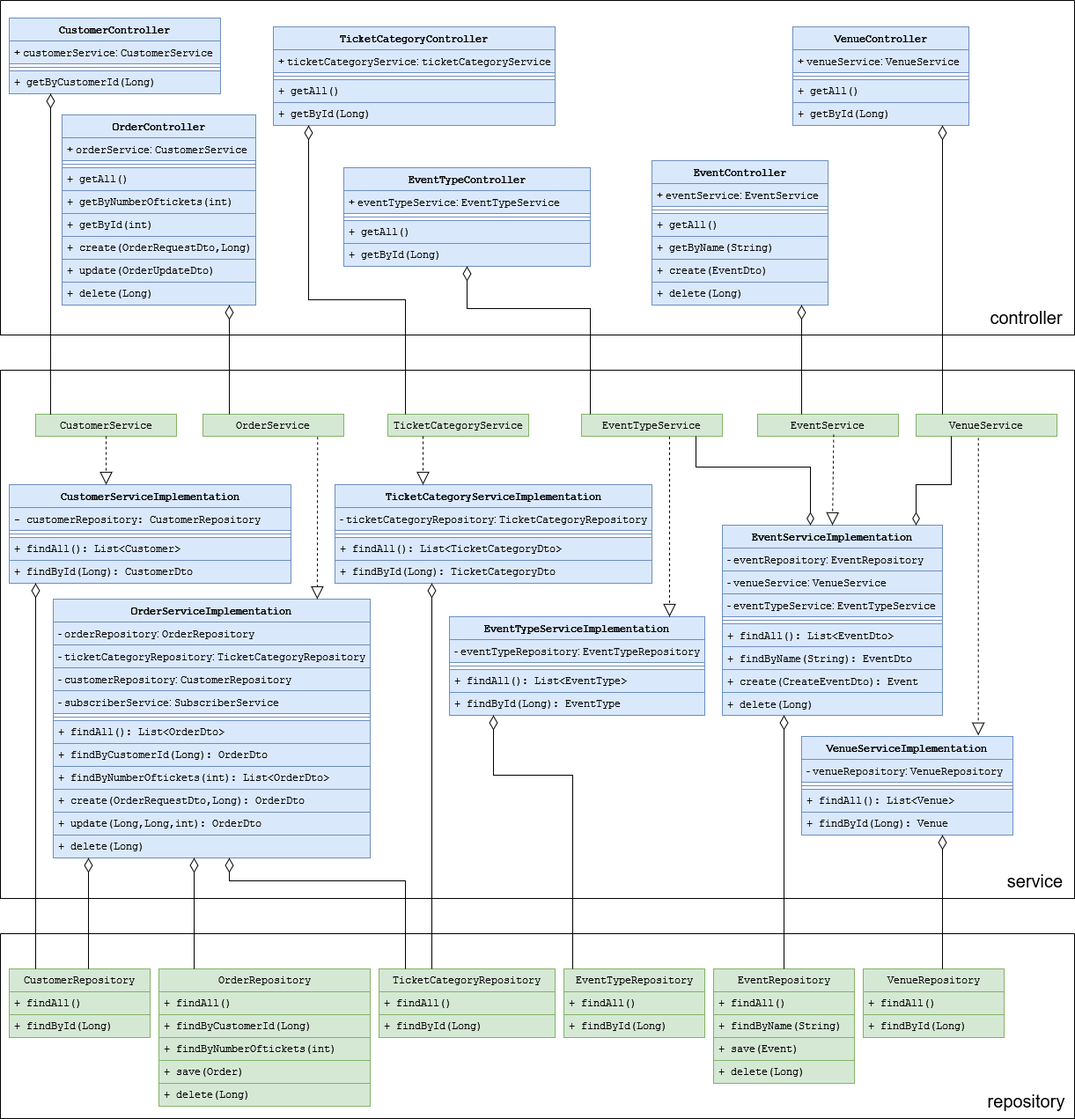
Earlier version of the draw.io export TicketManagementUML.drawio.png (MateiPop12/PS). Source tidied: cells renumbered, new cells last; positions are measured from the earlier drawing's top-left corner, leaving out a move shared by most shapes.
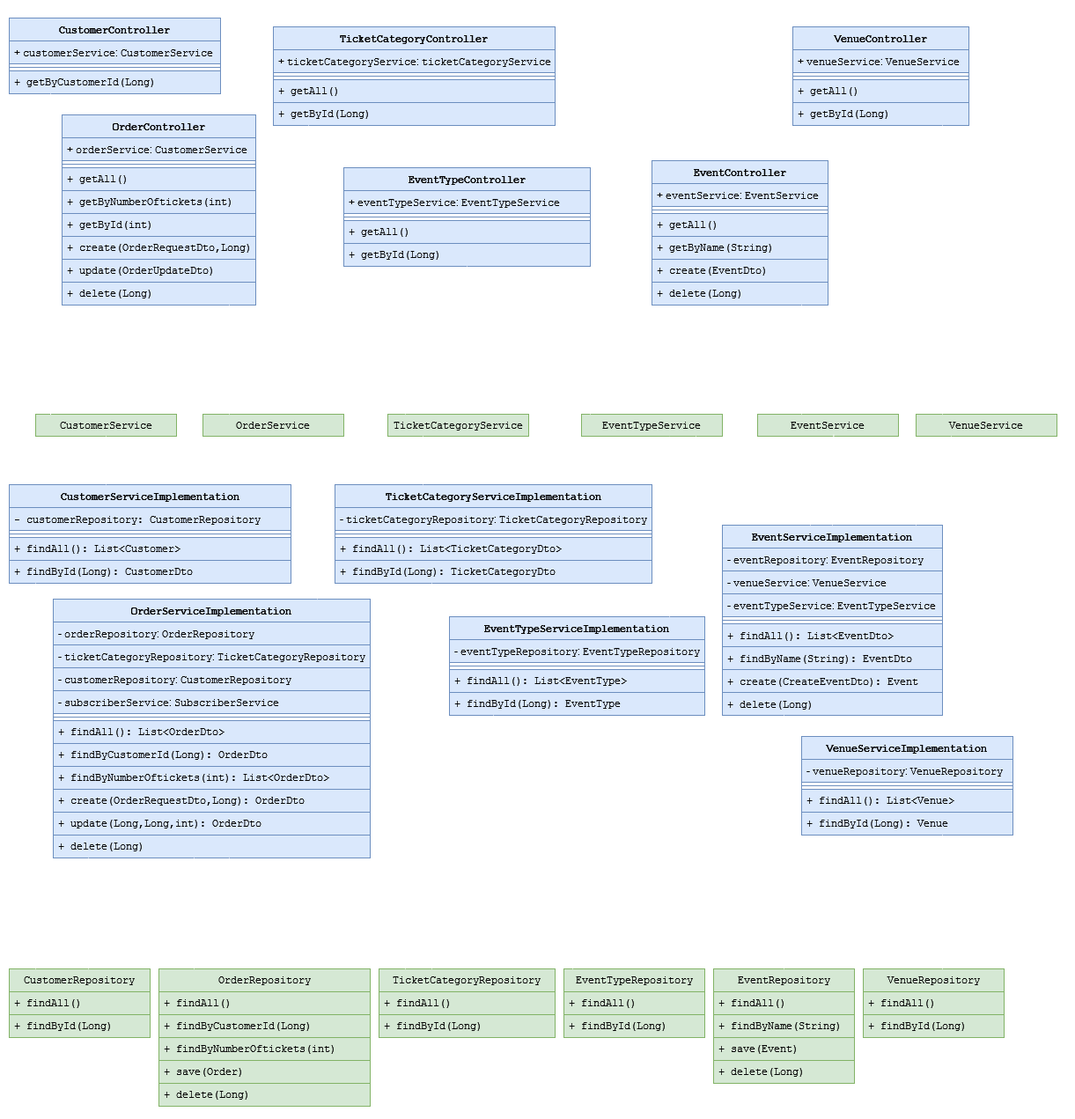
After the commit.

Commit message:
Added use case diagram

Change to the diagram source:
```diff
@@ -2,7 +2,7 @@
   <root>
     <mxCell id="0" />
     <mxCell id="1" parent="0" />
-    <mxCell id="2" style="swimlane;startSize=0;" parent="1" vertex="1">
+    <mxCell id="2" style="swimlane;startSize=0;fontColor=#ffffff;strokeColor=#ffffff;" parent="1" vertex="1">
       <mxGeometry y="1060" width="1220" height="210" as="geometry" />
     </mxCell>
     <mxCell id="3" value="&lt;font face=&quot;Courier New&quot;&gt;VenueRepository&lt;/font&gt;" style="swimlane;fontStyle=0;horizontal=1;startSize=26;fillColor=#d5e8d4;whiteSpace=wrap;html=1;strokeColor=#82b366;" parent="2" vertex="1">
@@ -74,10 +74,10 @@
     <mxCell id="25" value="+ findById(Long)" style="text;strokeColor=#82b366;fillColor=#d5e8d4;align=left;verticalAlign=top;spacingLeft=4;spacingRight=4;overflow=hidden;whiteSpace=wrap;html=1;fontFamily=Courier New;" parent="23" vertex="1">
       <mxGeometry y="52" width="160" height="26" as="geometry" />
     </mxCell>
-    <mxCell id="26" value="repository" style="text;html=1;align=center;verticalAlign=middle;strokeColor=none;fillColor=none;fontSize=20;" parent="2" vertex="1">
+    <mxCell id="26" value="repository" style="text;html=1;align=center;verticalAlign=middle;strokeColor=none;fillColor=none;fontSize=20;fontColor=#ffffff;" parent="2" vertex="1">
       <mxGeometry x="1110" y="170" width="110" height="40" as="geometry" />
     </mxCell>
-    <mxCell id="27" style="swimlane;startSize=0;" parent="1" vertex="1">
+    <mxCell id="27" style="swimlane;startSize=0;fontColor=#ffffff;strokeColor=#ffffff;" parent="1" vertex="1">
       <mxGeometry y="420" width="1220" height="600" as="geometry" />
     </mxCell>
     <mxCell id="28" value="&lt;font face=&quot;Courier New&quot;&gt;CustomerServiceImplementation&lt;/font&gt;" style="swimlane;fontStyle=1;align=center;verticalAlign=top;horizontal=1;startSize=26;whiteSpace=wrap;html=1;fillColor=#dae8fc;strokeColor=#6c8ebf;" parent="27" vertex="1">
@@ -221,7 +221,7 @@
     <mxCell id="74" value="&lt;div&gt;&lt;font face=&quot;Courier New&quot;&gt;TicketCategoryService&lt;/font&gt;&lt;/div&gt;" style="html=1;whiteSpace=wrap;fillColor=#d5e8d4;strokeColor=#82b366;" parent="27" vertex="1">
       <mxGeometry x="440" y="50" width="160" height="25" as="geometry" />
     </mxCell>
-    <mxCell id="75" style="endArrow=diamondThin;html=1;endSize=12;startArrow=none;startSize=14;startFill=0;edgeStyle=orthogonalEdgeStyle;align=left;verticalAlign=bottom;rounded=0;endFill=0;" parent="27" edge="1" source="73" target="60">
+    <mxCell id="75" style="endArrow=diamondThin;html=1;endSize=12;startArrow=none;startSize=14;startFill=0;edgeStyle=orthogonalEdgeStyle;align=left;verticalAlign=bottom;rounded=0;endFill=0;strokeColor=#ffffff;" parent="27" edge="1" source="73" target="60">
       <mxGeometry x="-1" y="3" relative="1" as="geometry">
         <Array as="points">
           <mxPoint x="790" y="110" />
@@ -229,20 +229,20 @@
         </Array>
       </mxGeometry>
     </mxCell>
-    <mxCell id="76" style="endArrow=block;dashed=1;endFill=0;endSize=12;html=1;rounded=0;exitX=0.5;exitY=1;exitDx=0;exitDy=0;entryX=0.344;entryY=0;entryDx=0;entryDy=0;entryPerimeter=0;" parent="27" edge="1" source="69" target="28">
+    <mxCell id="76" style="endArrow=block;dashed=1;endFill=0;endSize=12;html=1;rounded=0;exitX=0.5;exitY=1;exitDx=0;exitDy=0;entryX=0.344;entryY=0;entryDx=0;entryDy=0;entryPerimeter=0;strokeColor=#ffffff;" parent="27" edge="1" source="69" target="28">
       <mxGeometry relative="1" as="geometry" />
     </mxCell>
-    <mxCell id="77" style="endArrow=block;dashed=1;endFill=0;endSize=12;html=1;rounded=0;exitX=0.625;exitY=1.013;exitDx=0;exitDy=0;exitPerimeter=0;" parent="27" edge="1" source="73">
+    <mxCell id="77" style="endArrow=block;dashed=1;endFill=0;endSize=12;html=1;rounded=0;exitX=0.625;exitY=1.013;exitDx=0;exitDy=0;exitPerimeter=0;strokeColor=#ffffff;" parent="27" edge="1" source="73">
       <mxGeometry relative="1" as="geometry">
         <mxPoint x="760" y="280" as="targetPoint" />
       </mxGeometry>
     </mxCell>
-    <mxCell id="78" style="endArrow=block;dashed=1;endFill=0;endSize=12;html=1;rounded=0;exitX=0.25;exitY=1;exitDx=0;exitDy=0;" parent="27" edge="1" source="74">
+    <mxCell id="78" style="endArrow=block;dashed=1;endFill=0;endSize=12;html=1;rounded=0;exitX=0.25;exitY=1;exitDx=0;exitDy=0;strokeColor=#ffffff;" parent="27" edge="1" source="74">
       <mxGeometry relative="1" as="geometry">
         <mxPoint x="480" y="130" as="targetPoint" />
       </mxGeometry>
     </mxCell>
-    <mxCell id="79" style="endArrow=diamondThin;html=1;endSize=12;startArrow=none;startSize=14;startFill=0;edgeStyle=orthogonalEdgeStyle;align=left;verticalAlign=bottom;rounded=0;endFill=0;exitX=0.25;exitY=1;exitDx=0;exitDy=0;" parent="27" edge="1" source="72" target="60">
+    <mxCell id="79" style="endArrow=diamondThin;html=1;endSize=12;startArrow=none;startSize=14;startFill=0;edgeStyle=orthogonalEdgeStyle;align=left;verticalAlign=bottom;rounded=0;endFill=0;exitX=0.25;exitY=1;exitDx=0;exitDy=0;strokeColor=#ffffff;" parent="27" edge="1" source="72" target="60">
       <mxGeometry x="-1" y="3" relative="1" as="geometry">
         <Array as="points">
           <mxPoint x="1080" y="130" />
@@ -250,10 +250,10 @@
         </Array>
       </mxGeometry>
     </mxCell>
-    <mxCell id="80" value="service" style="text;html=1;align=center;verticalAlign=middle;strokeColor=none;fillColor=none;fontSize=20;" parent="27" vertex="1">
+    <mxCell id="80" value="service" style="text;html=1;align=center;verticalAlign=middle;strokeColor=none;fillColor=none;fontSize=20;fontColor=#ffffff;" parent="27" vertex="1">
       <mxGeometry x="1130" y="560" width="90" height="40" as="geometry" />
     </mxCell>
-    <mxCell id="81" style="endArrow=none;html=1;endSize=12;startArrow=diamondThin;startSize=14;startFill=0;edgeStyle=orthogonalEdgeStyle;align=left;verticalAlign=bottom;rounded=0;entryX=0.5;entryY=0;entryDx=0;entryDy=0;endFill=0;" parent="27" edge="1">
+    <mxCell id="81" style="endArrow=none;html=1;endSize=12;startArrow=diamondThin;startSize=14;startFill=0;edgeStyle=orthogonalEdgeStyle;align=left;verticalAlign=bottom;rounded=0;entryX=0.5;entryY=0;entryDx=0;entryDy=0;endFill=0;strokeColor=#ffffff;" parent="27" edge="1">
       <mxGeometry x="-1" y="3" relative="1" as="geometry">
         <mxPoint x="40" y="242" as="sourcePoint" />
         <mxPoint x="40" y="680" as="targetPoint" />
@@ -263,7 +263,7 @@
         </Array>
       </mxGeometry>
     </mxCell>
-    <mxCell id="82" style="endArrow=none;html=1;endSize=12;startArrow=diamondThin;startSize=14;startFill=0;edgeStyle=orthogonalEdgeStyle;align=left;verticalAlign=bottom;rounded=0;endFill=0;" parent="27" edge="1" source="33" target="12">
+    <mxCell id="82" style="endArrow=none;html=1;endSize=12;startArrow=diamondThin;startSize=14;startFill=0;edgeStyle=orthogonalEdgeStyle;align=left;verticalAlign=bottom;rounded=0;endFill=0;strokeColor=#ffffff;" parent="27" edge="1" source="33" target="12">
       <mxGeometry x="-1" y="3" relative="1" as="geometry">
         <Array as="points">
           <mxPoint x="260" y="580" />
@@ -271,16 +271,16 @@
         </Array>
       </mxGeometry>
     </mxCell>
-    <mxCell id="83" style="endArrow=block;dashed=1;endFill=0;endSize=12;html=1;rounded=0;entryX=0.833;entryY=0;entryDx=0;entryDy=0;entryPerimeter=0;exitX=0.814;exitY=1.026;exitDx=0;exitDy=0;exitPerimeter=0;" parent="27" edge="1" source="70" target="33">
+    <mxCell id="83" style="endArrow=block;dashed=1;endFill=0;endSize=12;html=1;rounded=0;entryX=0.833;entryY=0;entryDx=0;entryDy=0;entryPerimeter=0;exitX=0.814;exitY=1.026;exitDx=0;exitDy=0;exitPerimeter=0;strokeColor=#ffffff;" parent="27" edge="1" source="70" target="33">
       <mxGeometry relative="1" as="geometry" />
     </mxCell>
-    <mxCell id="84" style="endArrow=block;dashed=1;endFill=0;endSize=12;html=1;rounded=0;entryX=0.5;entryY=0;entryDx=0;entryDy=0;exitX=0.54;exitY=0.92;exitDx=0;exitDy=0;exitPerimeter=0;" parent="27" edge="1" source="71" target="60">
+    <mxCell id="84" style="endArrow=block;dashed=1;endFill=0;endSize=12;html=1;rounded=0;entryX=0.5;entryY=0;entryDx=0;entryDy=0;exitX=0.54;exitY=0.92;exitDx=0;exitDy=0;exitPerimeter=0;strokeColor=#ffffff;" parent="27" edge="1" source="71" target="60">
       <mxGeometry relative="1" as="geometry" />
     </mxCell>
-    <mxCell id="85" style="endArrow=block;dashed=1;endFill=0;endSize=12;html=1;rounded=0;exitX=0.442;exitY=1.069;exitDx=0;exitDy=0;entryX=0.836;entryY=-0.011;entryDx=0;entryDy=0;entryPerimeter=0;exitPerimeter=0;" parent="27" edge="1" source="72" target="45">
+    <mxCell id="85" style="endArrow=block;dashed=1;endFill=0;endSize=12;html=1;rounded=0;exitX=0.442;exitY=1.069;exitDx=0;exitDy=0;entryX=0.836;entryY=-0.011;entryDx=0;entryDy=0;entryPerimeter=0;exitPerimeter=0;strokeColor=#ffffff;" parent="27" edge="1" source="72" target="45">
       <mxGeometry relative="1" as="geometry" />
     </mxCell>
-    <mxCell id="86" style="endArrow=none;html=1;endSize=12;startArrow=diamondThin;startSize=14;startFill=0;edgeStyle=orthogonalEdgeStyle;align=left;verticalAlign=bottom;rounded=0;endFill=0;" parent="1" edge="1" source="33" target="23">
+    <mxCell id="86" style="endArrow=none;html=1;endSize=12;startArrow=diamondThin;startSize=14;startFill=0;edgeStyle=orthogonalEdgeStyle;align=left;verticalAlign=bottom;rounded=0;endFill=0;strokeColor=#ffffff;" parent="1" edge="1" source="33" target="23">
       <mxGeometry x="-1" y="3" relative="1" as="geometry">
         <Array as="points">
           <mxPoint x="100" y="1020" />
@@ -288,7 +288,7 @@
         </Array>
       </mxGeometry>
     </mxCell>
-    <mxCell id="87" style="endArrow=none;html=1;endSize=12;startArrow=diamondThin;startSize=14;startFill=0;edgeStyle=orthogonalEdgeStyle;align=left;verticalAlign=bottom;rounded=0;endFill=0;" parent="1" edge="1" source="33" target="6">
+    <mxCell id="87" style="endArrow=none;html=1;endSize=12;startArrow=diamondThin;startSize=14;startFill=0;edgeStyle=orthogonalEdgeStyle;align=left;verticalAlign=bottom;rounded=0;endFill=0;strokeColor=#ffffff;" parent="1" edge="1" source="33" target="6">
       <mxGeometry x="-1" y="3" relative="1" as="geometry">
         <Array as="points">
           <mxPoint x="220" y="1030" />
@@ -296,7 +296,7 @@
         </Array>
       </mxGeometry>
     </mxCell>
-    <mxCell id="88" style="endArrow=none;html=1;endSize=12;startArrow=diamondThin;startSize=14;startFill=0;edgeStyle=orthogonalEdgeStyle;align=left;verticalAlign=bottom;rounded=0;endFill=0;" parent="1" edge="1" source="50" target="12">
+    <mxCell id="88" style="endArrow=none;html=1;endSize=12;startArrow=diamondThin;startSize=14;startFill=0;edgeStyle=orthogonalEdgeStyle;align=left;verticalAlign=bottom;rounded=0;endFill=0;strokeColor=#ffffff;" parent="1" edge="1" source="50" target="12">
       <mxGeometry x="-1" y="3" relative="1" as="geometry">
         <Array as="points">
           <mxPoint x="490" y="880" />
@@ -304,7 +304,7 @@
         </Array>
       </mxGeometry>
     </mxCell>
-    <mxCell id="89" style="endArrow=none;html=1;endSize=12;startArrow=diamondThin;startSize=14;startFill=0;edgeStyle=orthogonalEdgeStyle;align=left;verticalAlign=bottom;rounded=0;endFill=0;" parent="1" edge="1" source="45" target="3">
+    <mxCell id="89" style="endArrow=none;html=1;endSize=12;startArrow=diamondThin;startSize=14;startFill=0;edgeStyle=orthogonalEdgeStyle;align=left;verticalAlign=bottom;rounded=0;endFill=0;strokeColor=#ffffff;" parent="1" edge="1" source="45" target="3">
       <mxGeometry x="-1" y="3" relative="1" as="geometry">
         <Array as="points">
           <mxPoint x="1070" y="1060" />
@@ -312,7 +312,7 @@
         </Array>
       </mxGeometry>
     </mxCell>
-    <mxCell id="90" style="endArrow=none;html=1;endSize=12;startArrow=diamondThin;startSize=14;startFill=0;edgeStyle=orthogonalEdgeStyle;align=left;verticalAlign=bottom;rounded=0;endFill=0;" parent="1" edge="1" source="55" target="15">
+    <mxCell id="90" style="endArrow=none;html=1;endSize=12;startArrow=diamondThin;startSize=14;startFill=0;edgeStyle=orthogonalEdgeStyle;align=left;verticalAlign=bottom;rounded=0;endFill=0;strokeColor=#ffffff;" parent="1" edge="1" source="55" target="15">
       <mxGeometry x="-1" y="3" relative="1" as="geometry">
         <Array as="points">
           <mxPoint x="560" y="880" />
@@ -320,7 +320,7 @@
         </Array>
       </mxGeometry>
     </mxCell>
-    <mxCell id="91" style="endArrow=none;html=1;endSize=12;startArrow=diamondThin;startSize=14;startFill=0;edgeStyle=orthogonalEdgeStyle;align=left;verticalAlign=bottom;rounded=0;endFill=0;" parent="1" edge="1" source="60" target="18">
+    <mxCell id="91" style="endArrow=none;html=1;endSize=12;startArrow=diamondThin;startSize=14;startFill=0;edgeStyle=orthogonalEdgeStyle;align=left;verticalAlign=bottom;rounded=0;endFill=0;strokeColor=#ffffff;" parent="1" edge="1" source="60" target="18">
       <mxGeometry x="-1" y="3" relative="1" as="geometry">
         <Array as="points">
           <mxPoint x="890" y="920" />
@@ -328,7 +328,7 @@
         </Array>
       </mxGeometry>
     </mxCell>
-    <mxCell id="92" style="swimlane;startSize=0;" parent="1" vertex="1">
+    <mxCell id="92" style="swimlane;startSize=0;fillColor=#000000;fontColor=#FFFFFF;strokeColor=#ffffff;" parent="1" vertex="1">
       <mxGeometry width="1220" height="380" as="geometry" />
     </mxCell>
     <mxCell id="93" value="&lt;font face=&quot;Courier New&quot;&gt;CustomerController&lt;/font&gt;" style="swimlane;fontStyle=1;align=center;verticalAlign=top;horizontal=1;startSize=26;whiteSpace=wrap;html=1;fillColor=#dae8fc;strokeColor=#6c8ebf;" parent="92" vertex="1">
@@ -436,10 +436,10 @@
     <mxCell id="127" value="+ getById(Long)" style="text;strokeColor=#6c8ebf;fillColor=#dae8fc;align=left;verticalAlign=top;spacingLeft=4;spacingRight=4;overflow=hidden;whiteSpace=wrap;html=1;fontFamily=Courier New;" parent="123" vertex="1">
       <mxGeometry y="86" width="280" height="26" as="geometry" />
     </mxCell>
-    <mxCell id="128" value="controller" style="text;html=1;align=center;verticalAlign=middle;strokeColor=none;fillColor=none;fontSize=20;" parent="92" vertex="1">
+    <mxCell id="128" value="controller" style="text;html=1;align=center;verticalAlign=middle;strokeColor=none;fillColor=none;fontSize=20;fontColor=#ffffff;" parent="92" vertex="1">
       <mxGeometry x="1110" y="340" width="110" height="40" as="geometry" />
     </mxCell>
-    <mxCell id="129" style="endArrow=none;html=1;endSize=12;startArrow=diamondThin;startSize=14;startFill=0;edgeStyle=orthogonalEdgeStyle;align=left;verticalAlign=bottom;rounded=0;endFill=0;entryX=0.106;entryY=0.019;entryDx=0;entryDy=0;entryPerimeter=0;" parent="1" edge="1" source="93" target="69">
+    <mxCell id="129" style="endArrow=none;html=1;endSize=12;startArrow=diamondThin;startSize=14;startFill=0;edgeStyle=orthogonalEdgeStyle;align=left;verticalAlign=bottom;rounded=0;endFill=0;entryX=0.106;entryY=0.019;entryDx=0;entryDy=0;entryPerimeter=0;strokeColor=#ffffff;" parent="1" edge="1" source="93" target="69">
       <mxGeometry x="-1" y="3" relative="1" as="geometry">
         <Array as="points">
           <mxPoint x="57" y="200" />
@@ -447,7 +447,7 @@
         </Array>
       </mxGeometry>
     </mxCell>
-    <mxCell id="130" style="endArrow=none;html=1;endSize=12;startArrow=diamondThin;startSize=14;startFill=0;edgeStyle=orthogonalEdgeStyle;align=left;verticalAlign=bottom;rounded=0;endFill=0;" parent="1" edge="1" source="97" target="70">
+    <mxCell id="130" style="endArrow=none;html=1;endSize=12;startArrow=diamondThin;startSize=14;startFill=0;edgeStyle=orthogonalEdgeStyle;align=left;verticalAlign=bottom;rounded=0;endFill=0;strokeColor=#ffffff;" parent="1" edge="1" source="97" target="70">
       <mxGeometry x="-1" y="3" relative="1" as="geometry">
         <Array as="points">
           <mxPoint x="260" y="420" />
@@ -455,7 +455,7 @@
         </Array>
       </mxGeometry>
     </mxCell>
-    <mxCell id="131" style="endArrow=none;html=1;endSize=12;startArrow=diamondThin;startSize=14;startFill=0;edgeStyle=orthogonalEdgeStyle;align=left;verticalAlign=bottom;rounded=0;endFill=0;" parent="1" edge="1" source="106" target="74">
+    <mxCell id="131" style="endArrow=none;html=1;endSize=12;startArrow=diamondThin;startSize=14;startFill=0;edgeStyle=orthogonalEdgeStyle;align=left;verticalAlign=bottom;rounded=0;endFill=0;strokeColor=#ffffff;" parent="1" edge="1" source="106" target="74">
       <mxGeometry x="-1" y="3" relative="1" as="geometry">
         <Array as="points">
           <mxPoint x="350" y="340" />
@@ -463,7 +463,7 @@
         </Array>
       </mxGeometry>
     </mxCell>
-    <mxCell id="132" style="endArrow=none;html=1;endSize=12;startArrow=diamondThin;startSize=14;startFill=0;edgeStyle=orthogonalEdgeStyle;align=left;verticalAlign=bottom;rounded=0;endFill=0;" parent="1" edge="1" source="123" target="73">
+    <mxCell id="132" style="endArrow=none;html=1;endSize=12;startArrow=diamondThin;startSize=14;startFill=0;edgeStyle=orthogonalEdgeStyle;align=left;verticalAlign=bottom;rounded=0;endFill=0;strokeColor=#ffffff;" parent="1" edge="1" source="123" target="73">
       <mxGeometry x="-1" y="3" relative="1" as="geometry">
         <Array as="points">
           <mxPoint x="530" y="350" />
@@ -471,7 +471,7 @@
         </Array>
       </mxGeometry>
     </mxCell>
-    <mxCell id="133" style="endArrow=none;html=1;endSize=12;startArrow=diamondThin;startSize=14;startFill=0;edgeStyle=orthogonalEdgeStyle;align=left;verticalAlign=bottom;rounded=0;endFill=0;" parent="1" edge="1" source="111" target="71">
+    <mxCell id="133" style="endArrow=none;html=1;endSize=12;startArrow=diamondThin;startSize=14;startFill=0;edgeStyle=orthogonalEdgeStyle;align=left;verticalAlign=bottom;rounded=0;endFill=0;strokeColor=#ffffff;" parent="1" edge="1" source="111" target="71">
       <mxGeometry x="-1" y="3" relative="1" as="geometry">
         <Array as="points">
           <mxPoint x="910" y="420" />
@@ -479,7 +479,7 @@
         </Array>
       </mxGeometry>
     </mxCell>
-    <mxCell id="134" style="endArrow=none;html=1;endSize=12;startArrow=diamondThin;startSize=14;startFill=0;edgeStyle=orthogonalEdgeStyle;align=left;verticalAlign=bottom;rounded=0;endFill=0;" parent="1" edge="1" source="118" target="72">
+    <mxCell id="134" style="endArrow=none;html=1;endSize=12;startArrow=diamondThin;startSize=14;startFill=0;edgeStyle=orthogonalEdgeStyle;align=left;verticalAlign=bottom;rounded=0;endFill=0;strokeColor=#ffffff;" parent="1" edge="1" source="118" target="72">
       <mxGeometry x="-1" y="3" relative="1" as="geometry">
         <Array as="points">
           <mxPoint x="1070" y="320" />
```
